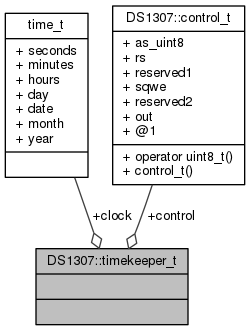
Before: Arduino-TWI/db/d99/structDS1307_1_1timekeeper__t__coll__graph.png, a diagram exported from Graphviz (mikaelpatel/mikaelpatel.github.io). Its source is kept beside it as Arduino-TWI/db/d99/structDS1307_1_1timekeeper__t__coll__graph.dot. The source it was exported from:
```dot
digraph "DS1307::timekeeper_t"
{
  edge [fontname="Helvetica",fontsize="10",labelfontname="Helvetica",labelfontsize="10"];
  node [fontname="Helvetica",fontsize="10",shape=record];
  Node1 [label="{DS1307::timekeeper_t\n||}",height=0.2,width=0.4,color="black", fillcolor="grey75", style="filled", fontcolor="black"];
  Node2 -> Node1 [color="grey25",fontsize="10",style="solid",label=" +clock" ,arrowhead="odiamond",fontname="Helvetica"];
  Node2 [label="{time_t\n|+ seconds\l+ minutes\l+ hours\l+ day\l+ date\l+ month\l+ year\l|}",height=0.2,width=0.4,color="black", fillcolor="white", style="filled",URL="$d7/dec/structtime__t.html"];
  Node3 -> Node1 [color="grey25",fontsize="10",style="solid",label=" +control" ,arrowhead="odiamond",fontname="Helvetica"];
  Node3 [label="{DS1307::control_t\n|+ as_uint8\l+ rs\l+ reserved1\l+ sqwe\l+ reserved2\l+ out\l+ @1\l|+ operator uint8_t()\l+ control_t()\l}",height=0.2,width=0.4,color="black", fillcolor="white", style="filled",URL="$d1/dde/unionDS1307_1_1control__t.html"];
}
```
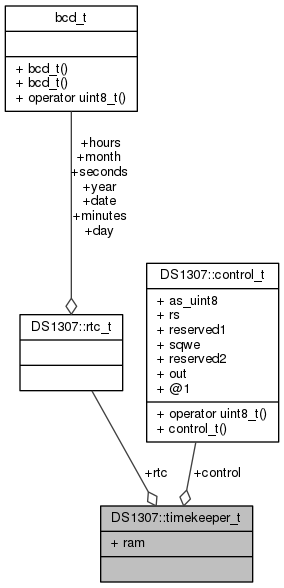
The same diagram one commit later.

Diff of the diagram source:
```diff
@@ -2,9 +2,11 @@
 {
   edge [fontname="Helvetica",fontsize="10",labelfontname="Helvetica",labelfontsize="10"];
   node [fontname="Helvetica",fontsize="10",shape=record];
-  Node1 [label="{DS1307::timekeeper_t\n||}",height=0.2,width=0.4,color="black", fillcolor="grey75", style="filled", fontcolor="black"];
-  Node2 -> Node1 [color="grey25",fontsize="10",style="solid",label=" +clock" ,arrowhead="odiamond",fontname="Helvetica"];
-  Node2 [label="{time_t\n|+ seconds\l+ minutes\l+ hours\l+ day\l+ date\l+ month\l+ year\l|}",height=0.2,width=0.4,color="black", fillcolor="white", style="filled",URL="$d7/dec/structtime__t.html"];
-  Node3 -> Node1 [color="grey25",fontsize="10",style="solid",label=" +control" ,arrowhead="odiamond",fontname="Helvetica"];
-  Node3 [label="{DS1307::control_t\n|+ as_uint8\l+ rs\l+ reserved1\l+ sqwe\l+ reserved2\l+ out\l+ @1\l|+ operator uint8_t()\l+ control_t()\l}",height=0.2,width=0.4,color="black", fillcolor="white", style="filled",URL="$d1/dde/unionDS1307_1_1control__t.html"];
+  Node1 [label="{DS1307::timekeeper_t\n|+ ram\l|}",height=0.2,width=0.4,color="black", fillcolor="grey75", style="filled", fontcolor="black"];
+  Node2 -> Node1 [color="grey25",fontsize="10",style="solid",label=" +rtc" ,arrowhead="odiamond",fontname="Helvetica"];
+  Node2 [label="{DS1307::rtc_t\n||}",height=0.2,width=0.4,color="black", fillcolor="white", style="filled",URL="$d7/df4/structDS1307_1_1rtc__t.html"];
+  Node3 -> Node2 [color="grey25",fontsize="10",style="solid",label=" +hours\n+month\n+seconds\n+year\n+date\n+minutes\n+day" ,arrowhead="odiamond",fontname="Helvetica"];
+  Node3 [label="{bcd_t\n||+ bcd_t()\l+ bcd_t()\l+ operator uint8_t()\l}",height=0.2,width=0.4,color="black", fillcolor="white", style="filled",URL="$d5/d24/structbcd__t.html"];
+  Node4 -> Node1 [color="grey25",fontsize="10",style="solid",label=" +control" ,arrowhead="odiamond",fontname="Helvetica"];
+  Node4 [label="{DS1307::control_t\n|+ as_uint8\l+ rs\l+ reserved1\l+ sqwe\l+ reserved2\l+ out\l+ @1\l|+ operator uint8_t()\l+ control_t()\l}",height=0.2,width=0.4,color="black", fillcolor="white", style="filled",URL="$d1/dde/unionDS1307_1_1control__t.html"];
 }
```
